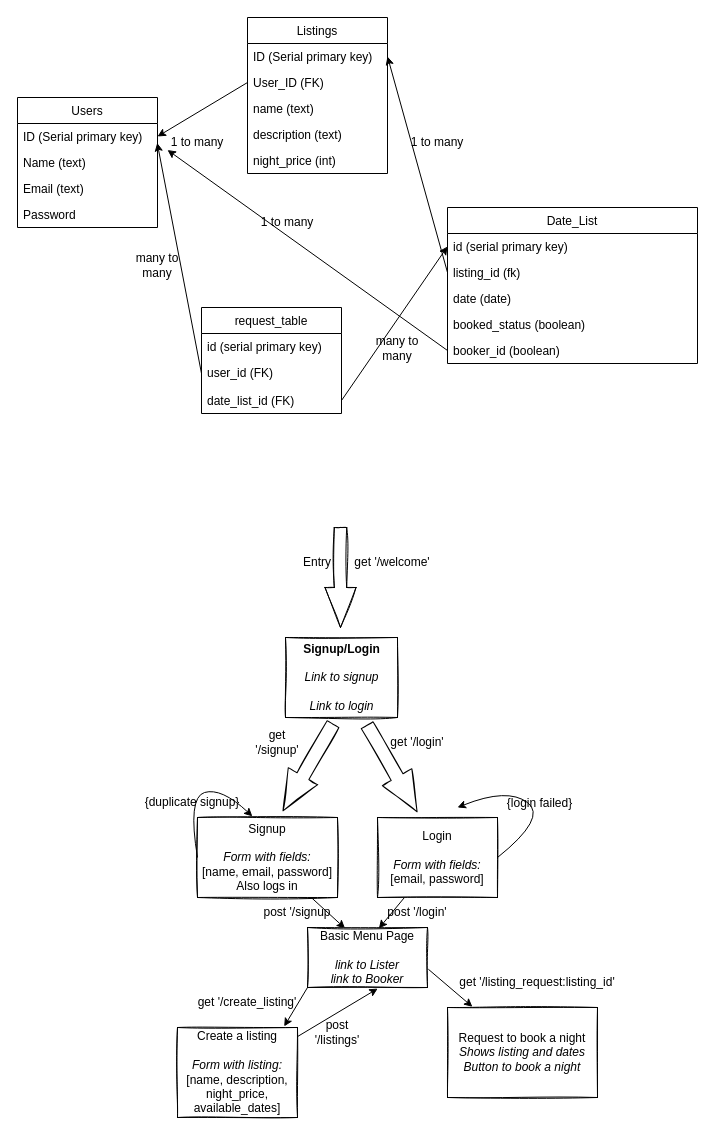
The draw.io diagram lib/Design.drawio in HOOLAHAN/arkle-bnb, before the edit. Source tidied: cells renumbered, new cells numbered last; positions are measured from the earlier drawing's top-left corner, leaving out a move shared by most shapes. Both pictures are drawn from the tidied source at 100%, with x=0, y=0 at pixel (17, 17).
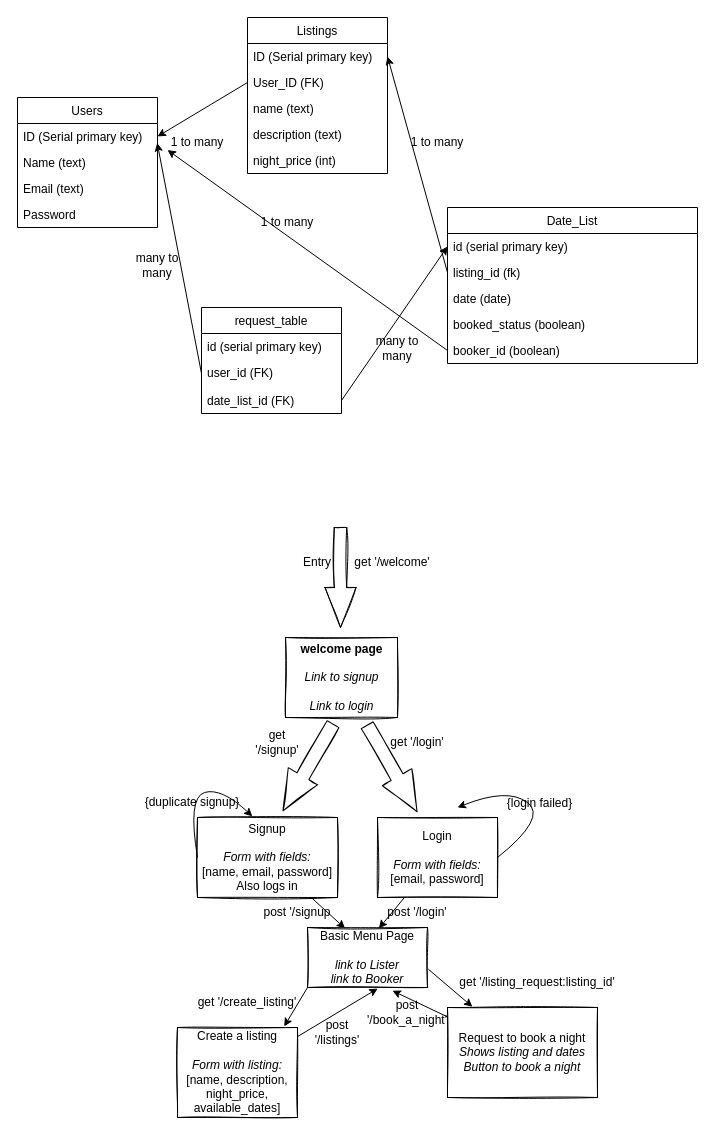
Above is the later version.

Commit message:
updates to MVP design

The change refers to these unchanged cells:
```xml
<mxCell id="51" value="Basic Menu Page&lt;br&gt;&lt;br&gt;&lt;i&gt;link to Lister&lt;br&gt;link to Booker&lt;/i&gt;" style="rounded=0;whiteSpace=wrap;html=1;sketch=1;" parent="1" vertex="1">
  <mxGeometry x="290" y="910" width="120" height="60" as="geometry" />
</mxCell>
<mxCell id="55" value="Request to book a night&lt;br&gt;&lt;i&gt;Shows listing and dates&lt;/i&gt;&lt;br&gt;&lt;i&gt;Button to book a night&lt;/i&gt;" style="rounded=0;whiteSpace=wrap;html=1;sketch=1;" parent="1" vertex="1">
  <mxGeometry x="430" y="990" width="150" height="90" as="geometry" />
</mxCell>
```

Change to the diagram source:
```diff
@@
-    <mxCell id="33" value="&lt;b&gt;Signup/Login&lt;/b&gt;&lt;br&gt;&lt;br&gt;&lt;i&gt;Link to signup&lt;br&gt;&lt;/i&gt;&lt;br&gt;&lt;i&gt;Link to login&lt;/i&gt;" style="html=1;sketch=1;" parent="1" vertex="1">
+    <mxCell id="33" value="&lt;b&gt;welcome page&lt;/b&gt;&lt;br&gt;&lt;br&gt;&lt;i&gt;Link to signup&lt;br&gt;&lt;/i&gt;&lt;br&gt;&lt;i&gt;Link to login&lt;/i&gt;" style="html=1;sketch=1;" parent="1" vertex="1">
       <mxGeometry x="268" y="620" width="112" height="80" as="geometry" />
     </mxCell>
@@
+    <mxCell id="60" style="edgeStyle=none;html=1;entryX=0.708;entryY=1.054;entryDx=0;entryDy=0;entryPerimeter=0;" parent="1" edge="1" source="55" target="51">
+      <mxGeometry relative="1" as="geometry" />
+    </mxCell>
@@
+    <mxCell id="61" value="post '/book_a_night'" style="text;html=1;strokeColor=none;fillColor=none;align=center;verticalAlign=middle;whiteSpace=wrap;rounded=0;sketch=1;" parent="1" vertex="1">
+      <mxGeometry x="360" y="980" width="60" height="30" as="geometry" />
+    </mxCell>
```
